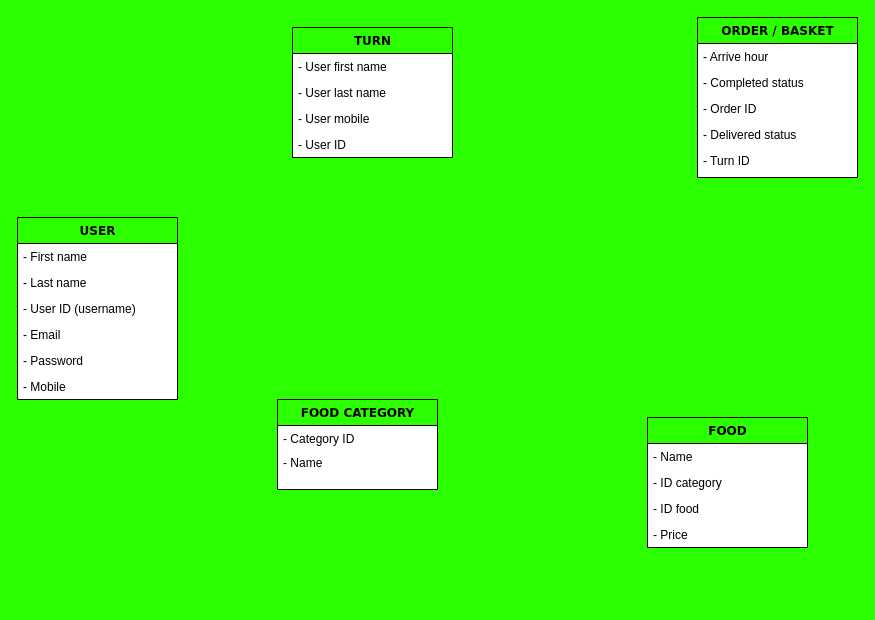
Earlier version of the draw.io diagram 名称未設定ファイル.drawio (VictorJ-Ch/Cafeteria-Menu). Source tidied: cells renumbered, new cells numbered last; positions are measured from the earlier drawing's top-left corner, leaving out a move shared by most shapes. Both pictures are drawn from the tidied source at 100%, with x=0, y=0 at pixel (17, 17).
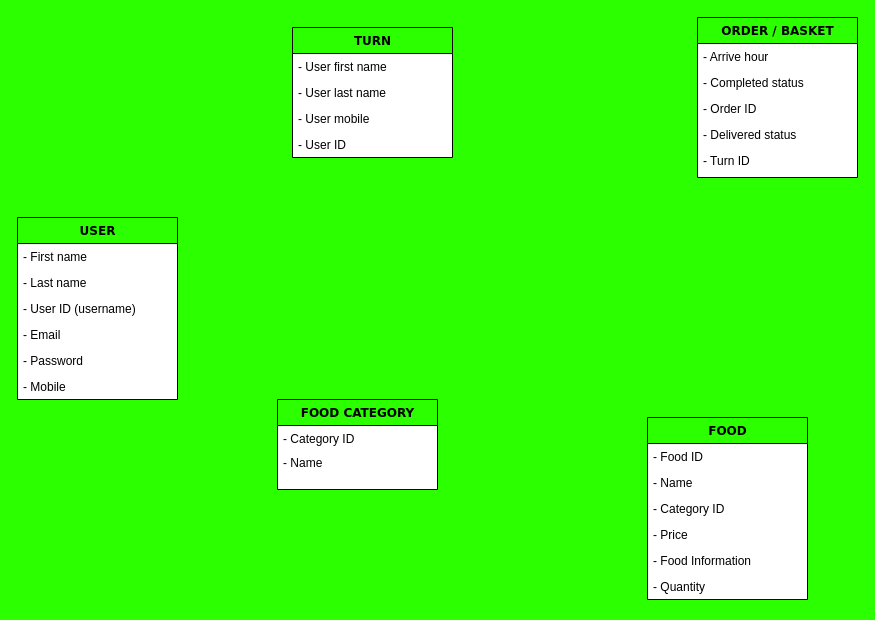
Above is the later version.

What changed in the source:
```diff
@@
     <mxCell id="2" value="FOOD" style="swimlane;html=1;fontStyle=1;align=center;verticalAlign=top;horizontal=1;startSize=26;swimlaneFillColor=#ffffff;rounded=0;shadow=0;comic=0;labelBackgroundColor=none;strokeWidth=1;fillColor=none;fontFamily=Verdana;fontSize=12;" parent="1" vertex="1">
-      <mxGeometry x="630" y="400" width="160" height="130" as="geometry" />
+      <mxGeometry x="630" y="400" width="160" height="182" as="geometry" />
     </mxCell>
-    <mxCell id="3" value="- Name" style="text;html=1;strokeColor=none;fillColor=none;align=left;verticalAlign=top;spacingLeft=4;spacingRight=4;whiteSpace=wrap;overflow=hidden;" parent="2" vertex="1">
+    <mxCell id="3" value="- Food ID" style="text;html=1;strokeColor=none;fillColor=none;align=left;verticalAlign=top;spacingLeft=4;spacingRight=4;whiteSpace=wrap;overflow=hidden;" parent="2" vertex="1">
       <mxGeometry y="26" width="160" height="26" as="geometry" />
     </mxCell>
-    <mxCell id="4" value="- ID category" style="text;html=1;strokeColor=none;fillColor=none;align=left;verticalAlign=top;spacingLeft=4;spacingRight=4;whiteSpace=wrap;overflow=hidden;" parent="2" vertex="1">
+    <mxCell id="4" value="- Name" style="text;html=1;strokeColor=none;fillColor=none;align=left;verticalAlign=top;spacingLeft=4;spacingRight=4;whiteSpace=wrap;overflow=hidden;" parent="2" vertex="1">
       <mxGeometry y="52" width="160" height="26" as="geometry" />
     </mxCell>
-    <mxCell id="5" value="- ID food" style="text;html=1;strokeColor=none;fillColor=none;align=left;verticalAlign=top;spacingLeft=4;spacingRight=4;whiteSpace=wrap;overflow=hidden;" parent="2" vertex="1">
+    <mxCell id="5" value="- Category ID" style="text;html=1;strokeColor=none;fillColor=none;align=left;verticalAlign=top;spacingLeft=4;spacingRight=4;whiteSpace=wrap;overflow=hidden;" parent="2" vertex="1">
       <mxGeometry y="78" width="160" height="26" as="geometry" />
     </mxCell>
@@
+    <mxCell id="28" value="- Food Information" style="text;html=1;strokeColor=none;fillColor=none;align=left;verticalAlign=top;spacingLeft=4;spacingRight=4;whiteSpace=wrap;overflow=hidden;" parent="2" vertex="1">
+      <mxGeometry y="130" width="160" height="26" as="geometry" />
+    </mxCell>
+    <mxCell id="29" value="- Quantity" style="text;html=1;strokeColor=none;fillColor=none;align=left;verticalAlign=top;spacingLeft=4;spacingRight=4;whiteSpace=wrap;overflow=hidden;" parent="2" vertex="1">
+      <mxGeometry y="156" width="160" height="26" as="geometry" />
+    </mxCell>
```
